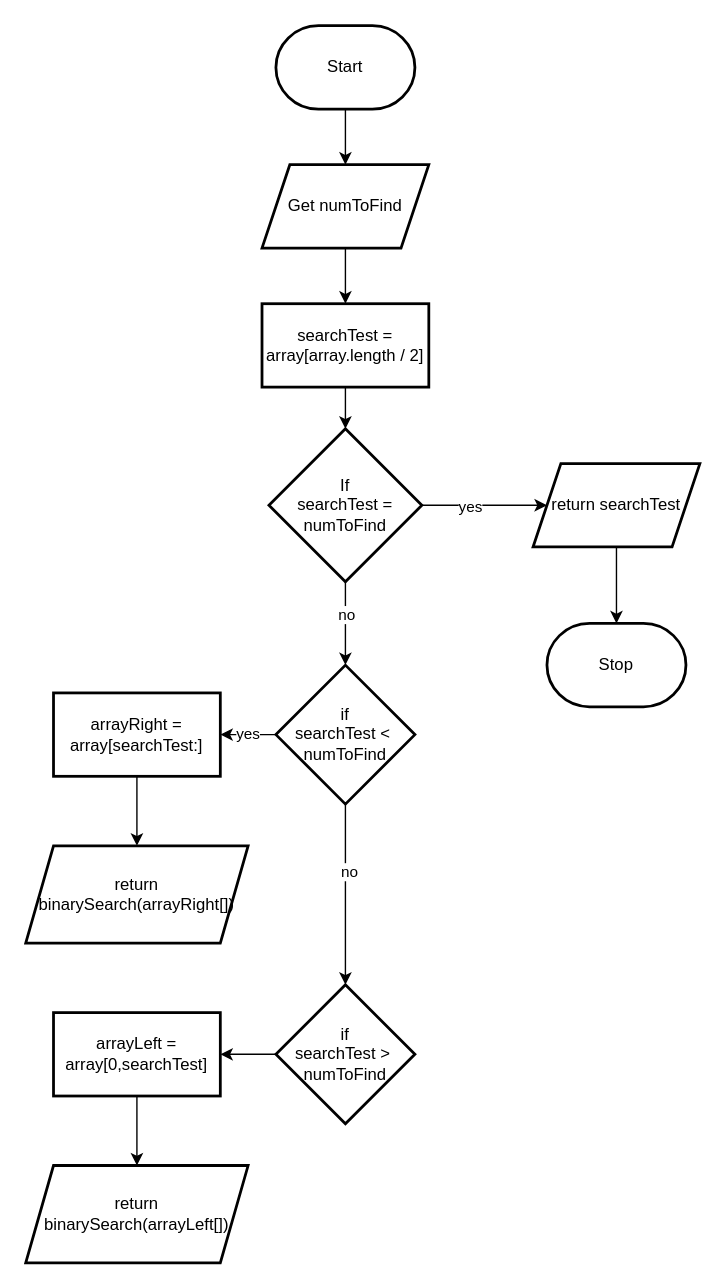
Above: Unit3-03TS/flowchart.drawio in Flynn-Rundquist/ICS4U-Unit3 (draw.io), before the change. Source tidied: cells renumbered, new cells numbered last; positions are measured from the earlier drawing's top-left corner, leaving out a move shared by most shapes. Both pictures are drawn from the tidied source at 139%, with x=0, y=0 at pixel (25, 25).
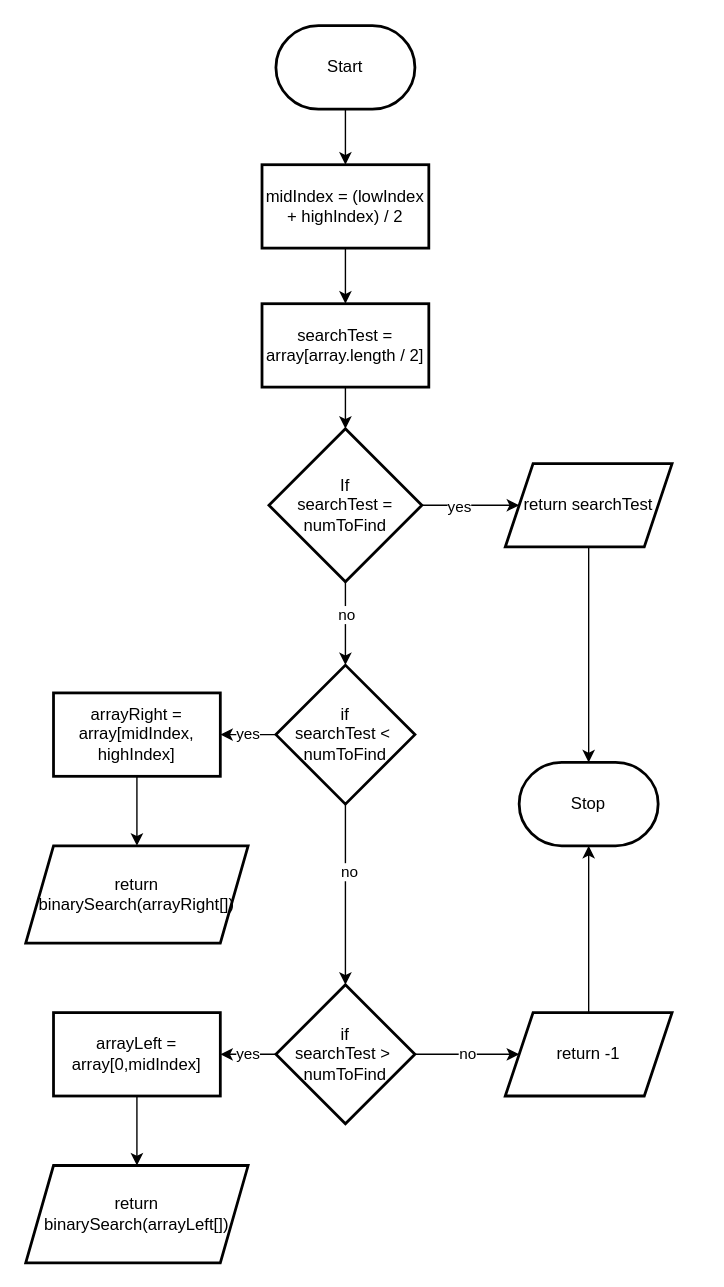
The same page after the edit.

The change refers to these unchanged cells:
```xml
<mxCell id="3" value="Start" style="strokeWidth=2;html=1;shape=mxgraph.flowchart.terminator;whiteSpace=wrap;" parent="1" vertex="1">
  <mxGeometry x="180" width="100" height="60" as="geometry" />
</mxCell>
<mxCell id="7" value="searchTest = array[array.length / 2]" style="whiteSpace=wrap;html=1;strokeWidth=2;" parent="1" vertex="1">
  <mxGeometry x="170" y="200" width="120" height="60" as="geometry" />
</mxCell>
<mxCell id="23" value="if&lt;br&gt;searchTest &amp;gt;&amp;nbsp; numToFind" style="rhombus;whiteSpace=wrap;html=1;strokeWidth=2;" parent="1" vertex="1">
  <mxGeometry x="180" y="690" width="100" height="100" as="geometry" />
</mxCell>
```

Diff of the diagram source:
```diff
@@
-    <mxCell id="2" style="edgeStyle=none;html=1;" parent="1" edge="1" source="3" target="5">
-      <mxGeometry relative="1" as="geometry" />
-    </mxCell>
+    <mxCell id="28" style="edgeStyle=none;html=1;" parent="1" edge="1" source="3" target="32">
+      <mxGeometry relative="1" as="geometry" />
+    </mxCell>
@@
-    <mxCell id="4" style="edgeStyle=none;html=1;" parent="1" edge="1" source="5" target="7">
-      <mxGeometry relative="1" as="geometry" />
+    <mxCell id="4" style="edgeStyle=none;html=1;" parent="1" edge="1" target="7">
+      <mxGeometry relative="1" as="geometry">
+        <mxPoint x="230" y="160" as="sourcePoint" />
+      </mxGeometry>
     </mxCell>
-    <mxCell id="5" value="Get numToFind" style="shape=parallelogram;perimeter=parallelogramPerimeter;whiteSpace=wrap;html=1;fixedSize=1;strokeWidth=2;" parent="1" vertex="1">
-      <mxGeometry x="170" y="100" width="120" height="60" as="geometry" />
-    </mxCell>
@@
     <mxCell id="14" value="return searchTest" style="shape=parallelogram;perimeter=parallelogramPerimeter;whiteSpace=wrap;html=1;fixedSize=1;strokeWidth=2;" parent="1" vertex="1">
-      <mxGeometry x="365" y="315" width="120" height="60" as="geometry" />
+      <mxGeometry x="345" y="315" width="120" height="60" as="geometry" />
     </mxCell>
@@
-    <mxCell id="20" value="arrayRight = array[searchTest:]" style="whiteSpace=wrap;html=1;strokeWidth=2;" parent="1" vertex="1">
+    <mxCell id="20" value="arrayRight = array[midIndex, highIndex]" style="whiteSpace=wrap;html=1;strokeWidth=2;" parent="1" vertex="1">
       <mxGeometry x="20" y="480" width="120" height="60" as="geometry" />
     </mxCell>
@@
-    <mxCell id="22" style="edgeStyle=none;html=1;" parent="1" edge="1" source="23" target="26">
+    <mxCell id="22" value="yes" style="edgeStyle=none;html=1;" parent="1" edge="1" source="23" target="26">
       <mxGeometry relative="1" as="geometry" />
     </mxCell>
+    <mxCell id="29" value="no" style="edgeStyle=none;html=1;" parent="1" edge="1" source="23" target="31">
+      <mxGeometry relative="1" as="geometry" />
+    </mxCell>
@@
     <mxCell id="24" value="Stop" style="strokeWidth=2;html=1;shape=mxgraph.flowchart.terminator;whiteSpace=wrap;" parent="1" vertex="1">
-      <mxGeometry x="375" y="430" width="100" height="60" as="geometry" />
+      <mxGeometry x="355" y="530" width="100" height="60" as="geometry" />
     </mxCell>
@@
-    <mxCell id="26" value="arrayLeft = array[0,searchTest]" style="whiteSpace=wrap;html=1;strokeWidth=2;" parent="1" vertex="1">
+    <mxCell id="26" value="arrayLeft = array[0,midIndex]" style="whiteSpace=wrap;html=1;strokeWidth=2;" parent="1" vertex="1">
       <mxGeometry x="20" y="710" width="120" height="60" as="geometry" />
     </mxCell>
@@
+    <mxCell id="30" style="edgeStyle=none;html=1;" parent="1" edge="1" source="31" target="24">
+      <mxGeometry relative="1" as="geometry" />
+    </mxCell>
+    <mxCell id="31" value="return -1" style="shape=parallelogram;perimeter=parallelogramPerimeter;whiteSpace=wrap;html=1;fixedSize=1;strokeWidth=2;" parent="1" vertex="1">
+      <mxGeometry x="345" y="710" width="120" height="60" as="geometry" />
+    </mxCell>
+    <mxCell id="32" value="midIndex = (lowIndex + highIndex) / 2" style="whiteSpace=wrap;html=1;strokeWidth=2;" parent="1" vertex="1">
+      <mxGeometry x="170" y="100" width="120" height="60" as="geometry" />
+    </mxCell>
```
